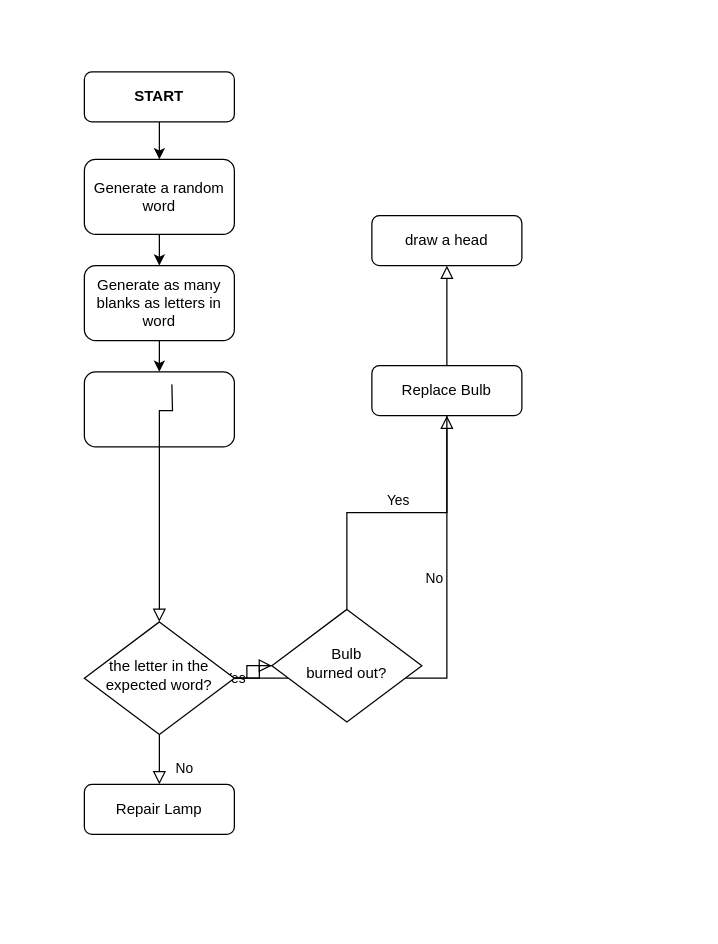
matpengfc/Python-Bootcamp keeps this draw.io diagram as Hangman.drawio. Above is the earlier version. Source tidied: cells renumbered, new cells numbered last; positions are measured from the earlier drawing's top-left corner, leaving out a move shared by most shapes. Both pictures are drawn from the tidied source at 125%, with x=0, y=0 at pixel (84, 71).
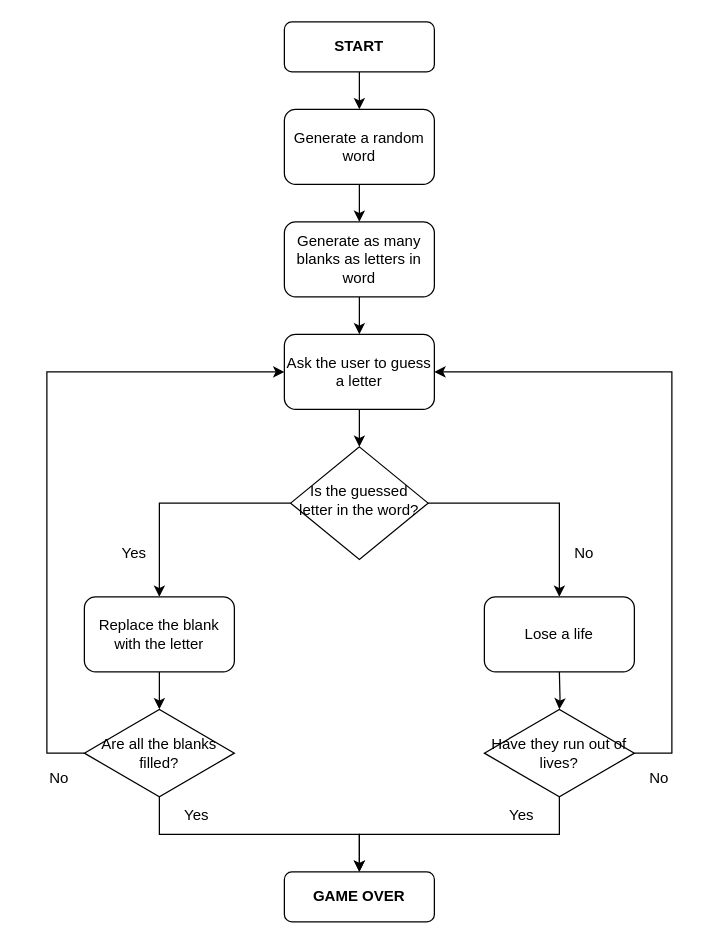
The same page after the edit.

Diff of the diagram source:
```diff
@@
-    <mxCell id="2" style="rounded=0;html=1;jettySize=auto;fontSize=11;endArrow=block;endFill=0;endSize=8;strokeWidth=1;shadow=0;labelBackgroundColor=none;edgeStyle=orthogonalEdgeStyle;startArrow=none;" parent="1" edge="1" source="19" target="17">
-      <mxGeometry relative="1" as="geometry" />
-    </mxCell>
     <mxCell id="3" value="&lt;b&gt;START&lt;/b&gt;" style="rounded=1;whiteSpace=wrap;html=1;fontSize=12;glass=0;strokeWidth=1;shadow=0;" parent="1" vertex="1">
-      <mxGeometry width="120" height="40" as="geometry" />
+      <mxGeometry x="160" y="-40" width="120" height="40" as="geometry" />
     </mxCell>
-    <mxCell id="4" value="Yes" style="rounded=0;html=1;jettySize=auto;fontSize=11;endArrow=block;endFill=0;endSize=8;strokeWidth=1;shadow=0;labelBackgroundColor=none;edgeStyle=orthogonalEdgeStyle;" parent="1" edge="1" source="17" target="9">
-      <mxGeometry y="20" relative="1" as="geometry" />
-    </mxCell>
-    <mxCell id="5" value="No" style="edgeStyle=orthogonalEdgeStyle;rounded=0;html=1;jettySize=auto;fontSize=11;endArrow=block;endFill=0;endSize=8;strokeWidth=1;shadow=0;labelBackgroundColor=none;" parent="1" edge="1" source="17" target="6">
-      <mxGeometry y="10" relative="1" as="geometry" />
-    </mxCell>
-    <mxCell id="6" value="draw a head" style="rounded=1;whiteSpace=wrap;html=1;fontSize=12;glass=0;strokeWidth=1;shadow=0;" parent="1" vertex="1">
-      <mxGeometry x="230" y="115" width="120" height="40" as="geometry" />
-    </mxCell>
-    <mxCell id="7" value="No" style="rounded=0;html=1;jettySize=auto;fontSize=11;endArrow=block;endFill=0;endSize=8;strokeWidth=1;shadow=0;labelBackgroundColor=none;edgeStyle=orthogonalEdgeStyle;startArrow=none;" parent="1" edge="1" source="17" target="10">
-      <mxGeometry x="0.33" y="20" relative="1" as="geometry" />
-    </mxCell>
-    <mxCell id="8" value="Yes" style="edgeStyle=orthogonalEdgeStyle;rounded=0;html=1;jettySize=auto;fontSize=11;endArrow=block;endFill=0;endSize=8;strokeWidth=1;shadow=0;labelBackgroundColor=none;" parent="1" edge="1" source="9" target="11">
-      <mxGeometry y="10" relative="1" as="geometry" />
-    </mxCell>
-    <mxCell id="9" value="Bulb&lt;br&gt;burned out?" style="rhombus;whiteSpace=wrap;html=1;shadow=0;fontFamily=Helvetica;fontSize=12;align=center;strokeWidth=1;spacing=6;spacingTop=-4;" parent="1" vertex="1">
-      <mxGeometry x="150" y="430" width="120" height="90" as="geometry" />
-    </mxCell>
-    <mxCell id="10" value="Repair Lamp" style="rounded=1;whiteSpace=wrap;html=1;fontSize=12;glass=0;strokeWidth=1;shadow=0;" parent="1" vertex="1">
-      <mxGeometry y="570" width="120" height="40" as="geometry" />
-    </mxCell>
-    <mxCell id="11" value="Replace Bulb" style="rounded=1;whiteSpace=wrap;html=1;fontSize=12;glass=0;strokeWidth=1;shadow=0;" parent="1" vertex="1">
-      <mxGeometry x="230" y="235" width="120" height="40" as="geometry" />
-    </mxCell>
@@
     <mxCell id="14" value="Generate a random word" style="rounded=1;whiteSpace=wrap;html=1;" parent="1" vertex="1">
-      <mxGeometry y="70" width="120" height="60" as="geometry" />
+      <mxGeometry x="160" y="30" width="120" height="60" as="geometry" />
     </mxCell>
-    <mxCell id="15" style="edgeStyle=orthogonalEdgeStyle;rounded=0;jettySize=auto;html=1;exitX=0.5;exitY=1;exitDx=0;exitDy=0;entryX=0.5;entryY=0;entryDx=0;entryDy=0;" parent="1" edge="1" source="16" target="19">
-      <mxGeometry relative="1" as="geometry" />
-    </mxCell>
+    <mxCell id="21" style="edgeStyle=orthogonalEdgeStyle;rounded=0;jettySize=auto;html=1;" parent="1" edge="1" source="16" target="25">
+      <mxGeometry relative="1" as="geometry" />
+    </mxCell>
     <mxCell id="16" value="Generate as many blanks as letters in word" style="rounded=1;whiteSpace=wrap;html=1;" parent="1" vertex="1">
-      <mxGeometry y="155" width="120" height="60" as="geometry" />
+      <mxGeometry x="160" y="120" width="120" height="60" as="geometry" />
     </mxCell>
+    <mxCell id="22" style="edgeStyle=orthogonalEdgeStyle;rounded=0;jettySize=auto;html=1;entryX=0.5;entryY=0;entryDx=0;entryDy=0;" parent="1" edge="1" source="17" target="27">
+      <mxGeometry relative="1" as="geometry" />
+    </mxCell>
+    <mxCell id="23" style="edgeStyle=orthogonalEdgeStyle;rounded=0;jettySize=auto;html=1;entryX=0.5;entryY=0;entryDx=0;entryDy=0;" parent="1" edge="1" source="17" target="28">
+      <mxGeometry relative="1" as="geometry" />
+    </mxCell>
-    <mxCell id="17" value="the letter in the expected word?" style="rhombus;whiteSpace=wrap;html=1;shadow=0;fontFamily=Helvetica;fontSize=12;align=center;strokeWidth=1;spacing=6;spacingTop=-4;" parent="1" vertex="1">
-      <mxGeometry y="440" width="120" height="90" as="geometry" />
+    <mxCell id="17" value="Is the guessed letter in the word?&lt;br&gt;" style="rhombus;whiteSpace=wrap;html=1;shadow=0;fontFamily=Helvetica;fontSize=12;align=center;strokeWidth=1;spacing=6;spacingTop=-4;" parent="1" vertex="1">
+      <mxGeometry x="165" y="300" width="110" height="90" as="geometry" />
     </mxCell>
-    <mxCell id="18" style="rounded=0;html=1;jettySize=auto;fontSize=11;endArrow=none;endFill=0;endSize=8;strokeWidth=1;shadow=0;labelBackgroundColor=none;edgeStyle=orthogonalEdgeStyle;" parent="1" edge="1" source="9" target="17">
-      <mxGeometry x="0.33" y="20" relative="1" as="geometry" />
-    </mxCell>
-    <mxCell id="19" style="rounded=1;whiteSpace=wrap;html=1;" parent="1" vertex="1">
-      <mxGeometry y="240" width="120" height="60" as="geometry" />
-    </mxCell>
-    <mxCell id="20" style="rounded=0;html=1;jettySize=auto;fontSize=11;endArrow=none;endFill=0;endSize=8;strokeWidth=1;shadow=0;labelBackgroundColor=none;edgeStyle=orthogonalEdgeStyle;" parent="1" edge="1" target="19">
-      <mxGeometry relative="1" as="geometry">
-        <mxPoint x="70" y="250" as="sourcePoint" />
-      </mxGeometry>
-    </mxCell>
+    <mxCell id="24" style="edgeStyle=orthogonalEdgeStyle;rounded=0;jettySize=auto;html=1;" parent="1" edge="1" source="25" target="17">
+      <mxGeometry relative="1" as="geometry" />
+    </mxCell>
+    <mxCell id="25" value="Ask the user to guess a letter" style="rounded=1;whiteSpace=wrap;html=1;" parent="1" vertex="1">
+      <mxGeometry x="160" y="210" width="120" height="60" as="geometry" />
+    </mxCell>
+    <mxCell id="26" style="edgeStyle=orthogonalEdgeStyle;rounded=0;jettySize=auto;html=1;" parent="1" edge="1" source="27" target="33">
+      <mxGeometry relative="1" as="geometry" />
+    </mxCell>
+    <mxCell id="27" value="Replace the blank with the letter" style="rounded=1;whiteSpace=wrap;html=1;" parent="1" vertex="1">
+      <mxGeometry y="420" width="120" height="60" as="geometry" />
+    </mxCell>
+    <mxCell id="28" value="Lose a life" style="rounded=1;whiteSpace=wrap;html=1;" parent="1" vertex="1">
+      <mxGeometry x="320" y="420" width="120" height="60" as="geometry" />
+    </mxCell>
+    <mxCell id="29" value="Yes" style="text;html=1;strokeColor=none;fillColor=none;align=center;verticalAlign=middle;whiteSpace=wrap;rounded=0;" parent="1" vertex="1">
+      <mxGeometry x="10" y="370" width="60" height="30" as="geometry" />
+    </mxCell>
+    <mxCell id="30" value="No" style="text;html=1;strokeColor=none;fillColor=none;align=center;verticalAlign=middle;whiteSpace=wrap;rounded=0;" parent="1" vertex="1">
+      <mxGeometry x="370" y="370" width="60" height="30" as="geometry" />
+    </mxCell>
+    <mxCell id="31" style="edgeStyle=orthogonalEdgeStyle;rounded=0;jettySize=auto;html=1;" parent="1" edge="1" source="33" target="38">
+      <mxGeometry relative="1" as="geometry">
+        <Array as="points">
+          <mxPoint x="60" y="610" />
+          <mxPoint x="220" y="610" />
+        </Array>
+      </mxGeometry>
+    </mxCell>
+    <mxCell id="32" style="edgeStyle=orthogonalEdgeStyle;rounded=0;jettySize=auto;html=1;entryX=0;entryY=0.5;entryDx=0;entryDy=0;" parent="1" edge="1" source="33" target="25">
+      <mxGeometry relative="1" as="geometry">
+        <Array as="points">
+          <mxPoint x="-30" y="545" />
+          <mxPoint x="-30" y="240" />
+        </Array>
+      </mxGeometry>
+    </mxCell>
+    <mxCell id="33" value="Are all the blanks filled?&lt;br&gt;" style="rhombus;whiteSpace=wrap;html=1;rounded=1;arcSize=0;" parent="1" vertex="1">
+      <mxGeometry y="510" width="120" height="70" as="geometry" />
+    </mxCell>
+    <mxCell id="34" style="edgeStyle=orthogonalEdgeStyle;rounded=0;jettySize=auto;html=1;" parent="1" edge="1" target="37">
+      <mxGeometry relative="1" as="geometry">
+        <mxPoint x="380" y="480" as="sourcePoint" />
+      </mxGeometry>
+    </mxCell>
+    <mxCell id="35" style="edgeStyle=orthogonalEdgeStyle;rounded=0;jettySize=auto;html=1;entryX=1;entryY=0.5;entryDx=0;entryDy=0;" parent="1" edge="1" source="37" target="25">
+      <mxGeometry relative="1" as="geometry">
+        <Array as="points">
+          <mxPoint x="470" y="545" />
+          <mxPoint x="470" y="240" />
+        </Array>
+      </mxGeometry>
+    </mxCell>
+    <mxCell id="36" style="edgeStyle=orthogonalEdgeStyle;rounded=0;jettySize=auto;html=1;exitX=0.5;exitY=1;exitDx=0;exitDy=0;entryX=0.5;entryY=0;entryDx=0;entryDy=0;" parent="1" edge="1" source="37" target="38">
+      <mxGeometry relative="1" as="geometry" />
+    </mxCell>
+    <mxCell id="37" value="Have they run out of lives?" style="rhombus;whiteSpace=wrap;html=1;rounded=1;arcSize=0;" parent="1" vertex="1">
+      <mxGeometry x="320" y="510" width="120" height="70" as="geometry" />
+    </mxCell>
+    <mxCell id="38" value="&lt;b&gt;GAME OVER&lt;/b&gt;" style="rounded=1;whiteSpace=wrap;html=1;arcSize=15;" parent="1" vertex="1">
+      <mxGeometry x="160" y="640" width="120" height="40" as="geometry" />
+    </mxCell>
+    <mxCell id="39" value="No" style="text;html=1;strokeColor=none;fillColor=none;align=center;verticalAlign=middle;whiteSpace=wrap;rounded=0;" parent="1" vertex="1">
+      <mxGeometry x="-50" y="550" width="60" height="30" as="geometry" />
+    </mxCell>
+    <mxCell id="40" value="No" style="text;html=1;strokeColor=none;fillColor=none;align=center;verticalAlign=middle;whiteSpace=wrap;rounded=0;" parent="1" vertex="1">
+      <mxGeometry x="430" y="550" width="60" height="30" as="geometry" />
+    </mxCell>
+    <mxCell id="41" value="Yes" style="text;html=1;strokeColor=none;fillColor=none;align=center;verticalAlign=middle;whiteSpace=wrap;rounded=0;" parent="1" vertex="1">
+      <mxGeometry x="60" y="580" width="60" height="30" as="geometry" />
+    </mxCell>
+    <mxCell id="42" value="Yes" style="text;html=1;strokeColor=none;fillColor=none;align=center;verticalAlign=middle;whiteSpace=wrap;rounded=0;" parent="1" vertex="1">
+      <mxGeometry x="320" y="580" width="60" height="30" as="geometry" />
+    </mxCell>
```
